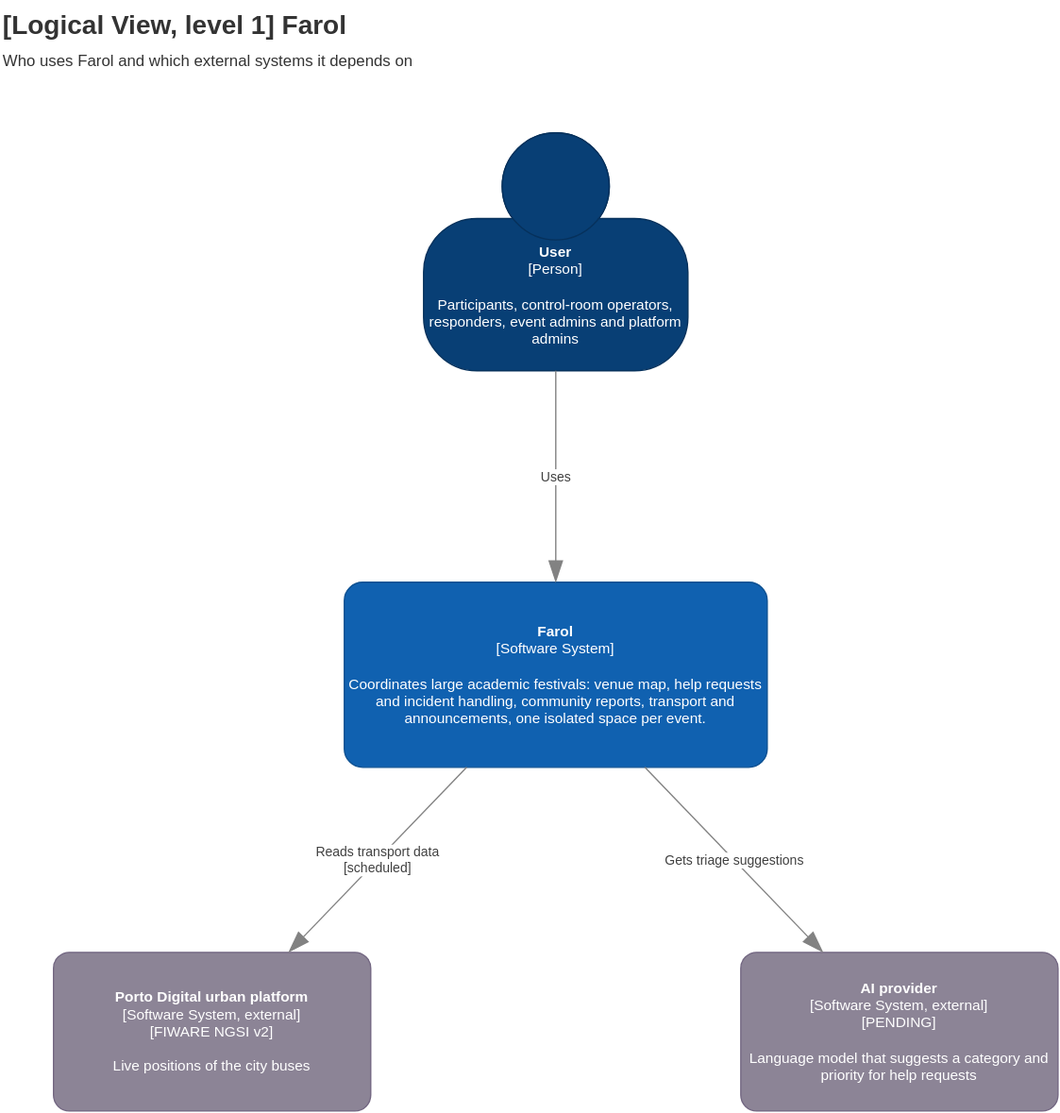
The draw.io diagram Docs/Technical/diagrams/logical-view-level-1.drawio.svg in tomasoliveira21/LABDSOF, before a commit. Source tidied: cells renumbered, new cells last; positions are measured from the earlier drawing's top-left corner, leaving out a move shared by most shapes.
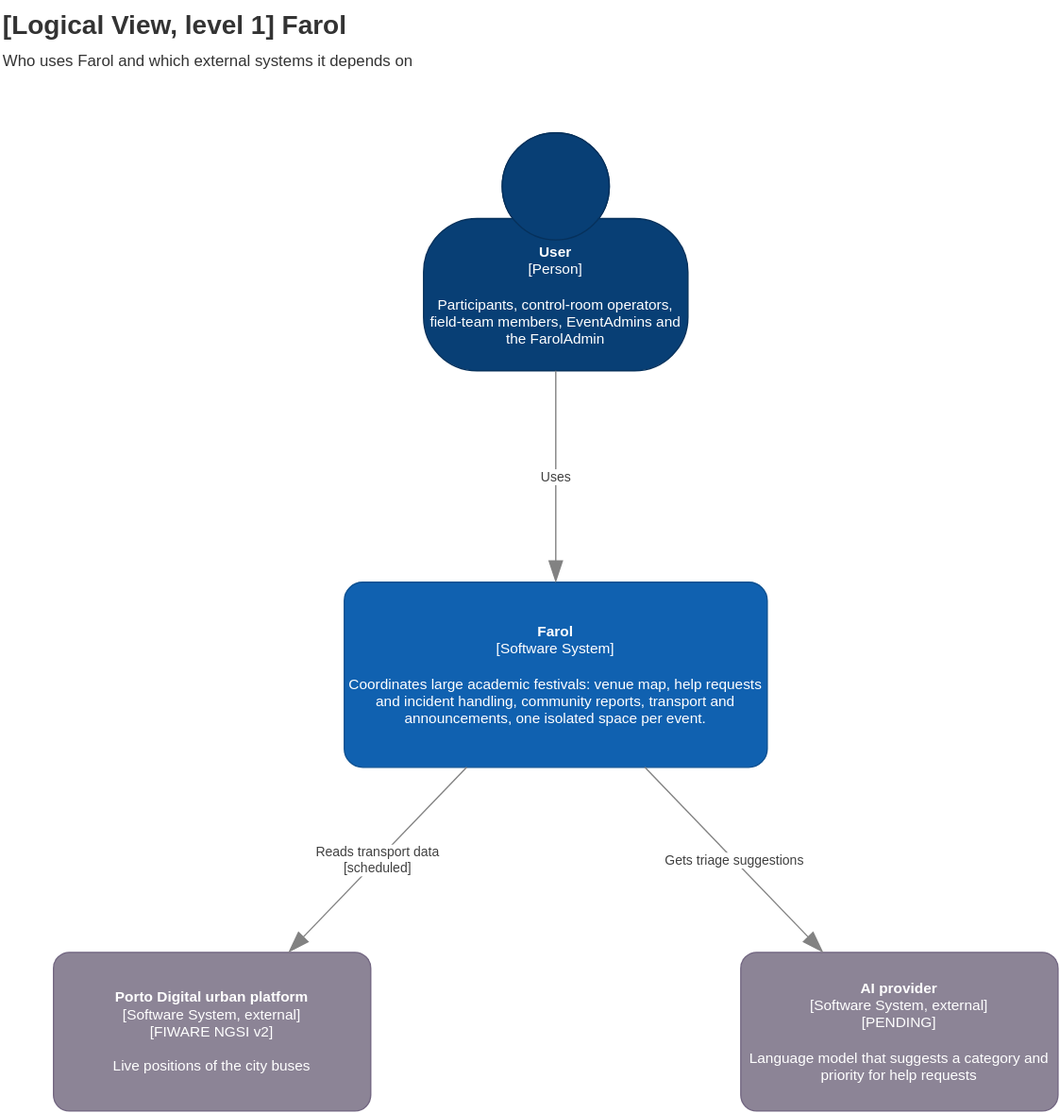
Later version of the same file.

What changed in the source:
```diff
@@ -5,7 +5,7 @@
     <mxCell id="2" value="&lt;b&gt;[Logical View, level 1] Farol&lt;/b&gt;&lt;br&gt;&lt;font style=&quot;font-size:12px&quot;&gt;Who uses Farol and which external systems it depends on&lt;/font&gt;" style="text;html=1;align=left;verticalAlign=top;fontSize=20;fontColor=#333333;" parent="1" vertex="1">
       <mxGeometry width="700" height="60" as="geometry" />
     </mxCell>
-    <mxCell id="3" value="&lt;b&gt;User&lt;/b&gt;&lt;div&gt;[Person]&lt;/div&gt;&lt;br&gt;&lt;div&gt;Participants, control-room operators, responders, event admins and platform admins&lt;/div&gt;" style="html=1;fontSize=11;dashed=0;whiteSpace=wrap;fillColor=#083F75;strokeColor=#06315C;fontColor=#ffffff;shape=mxgraph.c4.person2;align=center;" parent="1" vertex="1">
+    <mxCell id="3" value="&lt;b&gt;User&lt;/b&gt;&lt;div&gt;[Person]&lt;/div&gt;&lt;br&gt;&lt;div&gt;Participants, control-room operators, field-team members, EventAdmins and the FarolAdmin&lt;/div&gt;" style="html=1;fontSize=11;dashed=0;whiteSpace=wrap;fillColor=#083F75;strokeColor=#06315C;fontColor=#ffffff;shape=mxgraph.c4.person2;align=center;" parent="1" vertex="1">
       <mxGeometry x="320" y="100" width="200" height="180" as="geometry" />
     </mxCell>
     <mxCell id="4" value="&lt;b&gt;Farol&lt;/b&gt;&lt;div&gt;[Software System]&lt;/div&gt;&lt;br&gt;&lt;div&gt;Coordinates large academic festivals: venue map, help requests and incident handling, community reports, transport and announcements, one isolated space per event.&lt;/div&gt;" style="rounded=1;whiteSpace=wrap;html=1;labelBackgroundColor=none;fillColor=#1061B0;fontColor=#ffffff;align=center;arcSize=10;strokeColor=#0D5091;fontSize=11;" parent="1" vertex="1">
```
